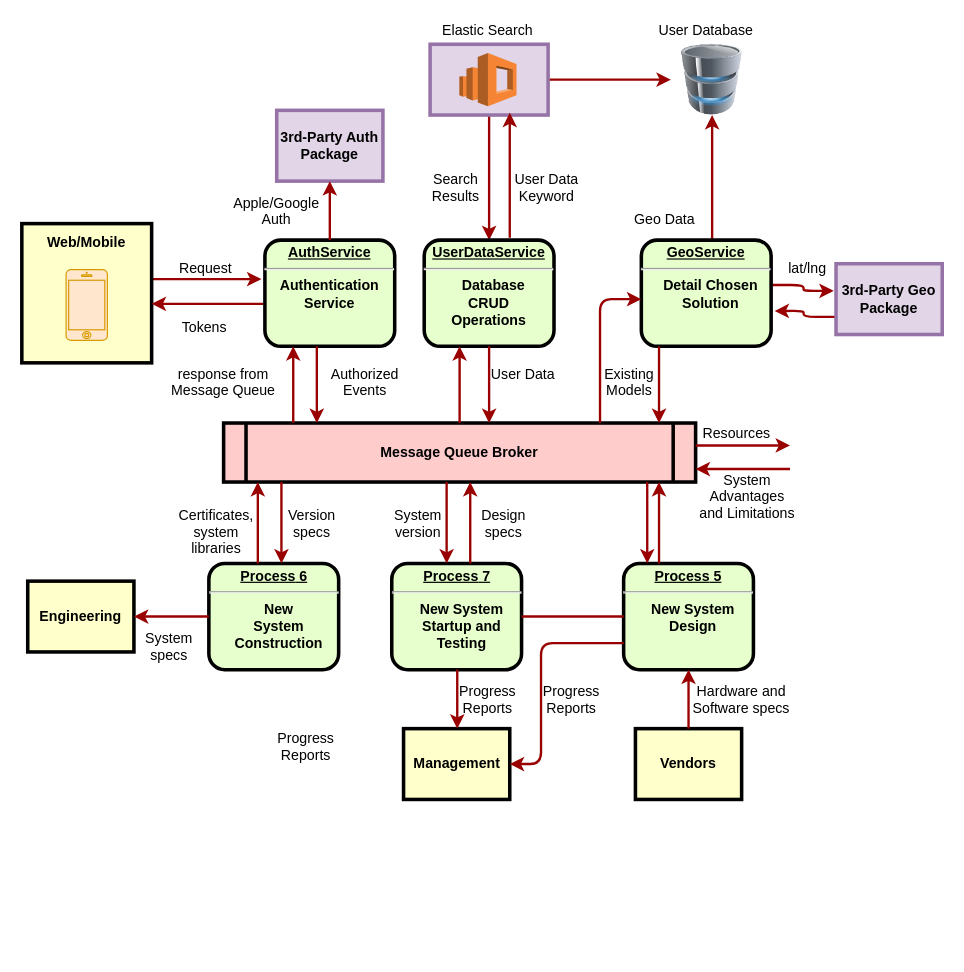
The draw.io diagram forumsCalvin/Untitled Diagram.drawio in ChihHaoChen/diagrams, before the edit. Source tidied: cells renumbered, new cells numbered last; positions are measured from the earlier drawing's top-left corner, leaving out a move shared by most shapes. Both pictures are drawn from the tidied source at 118%, with x=0, y=0 at pixel (21, 20).
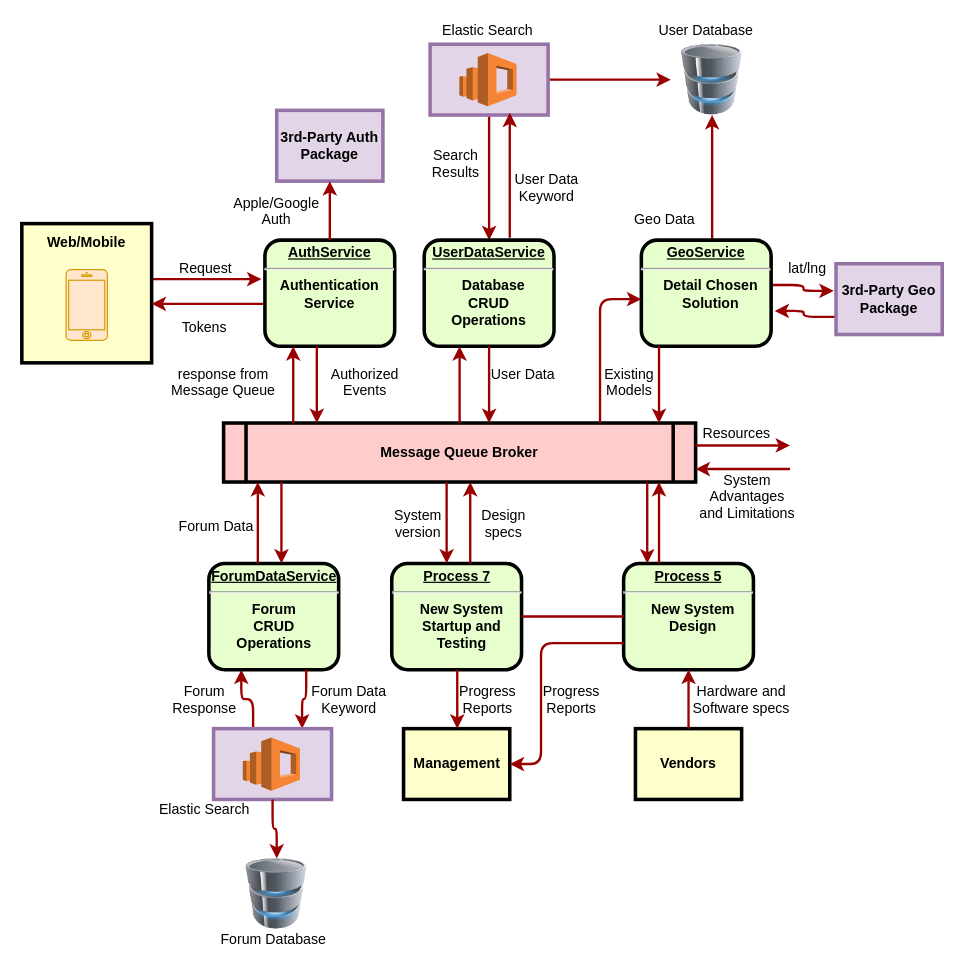
The same page after the edit.

What changed in the source:
```diff
@@
+    <mxCell id="71" style="edgeStyle=orthogonalEdgeStyle;rounded=1;jettySize=auto;html=1;exitX=0.335;exitY=0.017;exitDx=0;exitDy=0;entryX=0.25;entryY=1;entryDx=0;entryDy=0;strokeColor=#990000;strokeWidth=2;exitPerimeter=0;" parent="1" edge="1" source="73" target="16">
+      <mxGeometry relative="1" as="geometry" />
+    </mxCell>
-    <mxCell id="16" value="&lt;p style=&quot;margin: 0px; margin-top: 4px; text-align: center; text-decoration: underline;&quot;&gt;&lt;strong&gt;&lt;strong&gt;Process&lt;/strong&gt; 6&lt;br /&gt;&lt;/strong&gt;&lt;/p&gt;&lt;hr /&gt;&lt;p style=&quot;margin: 0px; margin-left: 8px;&quot;&gt;New&lt;/p&gt;&lt;p style=&quot;margin: 0px; margin-left: 8px;&quot;&gt;System&lt;/p&gt;&lt;p style=&quot;margin: 0px; margin-left: 8px;&quot;&gt;Construction&lt;/p&gt;" style="verticalAlign=middle;align=center;overflow=fill;fontSize=12;fontFamily=Helvetica;html=1;rounded=1;fontStyle=1;strokeWidth=3;fillColor=#E6FFCC;" parent="1" vertex="1">
+    <mxCell id="16" value="&lt;p style=&quot;margin: 0px ; margin-top: 4px ; text-align: center ; text-decoration: underline&quot;&gt;&lt;strong&gt;ForumDataService&lt;br&gt;&lt;/strong&gt;&lt;/p&gt;&lt;hr&gt;&lt;div&gt;Forum&lt;/div&gt;&lt;div&gt;CRUD&lt;/div&gt;&lt;div&gt;Operations&lt;br&gt;&lt;/div&gt;" style="verticalAlign=middle;align=center;overflow=fill;fontSize=12;fontFamily=Helvetica;html=1;rounded=1;fontStyle=1;strokeWidth=3;fillColor=#E6FFCC;" parent="1" vertex="1">
       <mxGeometry x="158.5" y="460" width="110" height="90" as="geometry" />
     </mxCell>
@@
-    <mxCell id="18" value="Engineering" style="whiteSpace=wrap;align=center;verticalAlign=middle;fontStyle=1;strokeWidth=3;fillColor=#FFFFCC;" parent="1" vertex="1">
-      <mxGeometry x="5" y="475" width="90" height="60" as="geometry" />
-    </mxCell>
@@
-    <mxCell id="47" value="Progress&#10;Reports" style="text;spacingTop=-5;align=center;" parent="1" vertex="1">
-      <mxGeometry x="226" y="600" width="30" height="20" as="geometry" />
-    </mxCell>
-    <mxCell id="48" style="edgeStyle=elbowEdgeStyle;elbow=vertical;strokeColor=#990000;strokeWidth=2;" parent="1" edge="1" source="16" target="18">
-      <mxGeometry relative="1" as="geometry" />
-    </mxCell>
@@
-    <mxCell id="51" value="Version&#10;specs" style="text;spacingTop=-5;align=center;" parent="1" vertex="1">
-      <mxGeometry x="231" y="411" width="30" height="20" as="geometry" />
+    <mxCell id="51" value="Forum Data" style="text;spacingTop=-5;align=center;" parent="1" vertex="1">
+      <mxGeometry x="150" y="420" width="30" height="20" as="geometry" />
     </mxCell>
-    <mxCell id="52" value="Certificates,&#10;system&#10;libraries" style="text;spacingTop=-5;align=center;" parent="1" vertex="1">
-      <mxGeometry x="150" y="411" width="30" height="20" as="geometry" />
+    <mxCell id="52" value="Forum &#10;Response" style="text;spacingTop=-5;align=center;" parent="1" vertex="1">
+      <mxGeometry x="140" y="560" width="30" height="20" as="geometry" />
     </mxCell>
@@
-    <mxCell id="55" value="System&#10;specs" style="text;spacingTop=-5;align=center;" parent="1" vertex="1">
-      <mxGeometry x="110" y="515" width="30" height="20" as="geometry" />
-    </mxCell>
@@
     <mxCell id="67" value="Search &#10;Results" style="text;spacingTop=-5;align=center;" parent="1" vertex="1">
-      <mxGeometry x="353" y="126" width="30" height="20" as="geometry" />
+      <mxGeometry x="353" y="106" width="30" height="20" as="geometry" />
     </mxCell>
@@
+    <mxCell id="72" style="edgeStyle=orthogonalEdgeStyle;rounded=1;jettySize=auto;html=1;exitX=0.75;exitY=1;exitDx=0;exitDy=0;entryX=0.75;entryY=0;entryDx=0;entryDy=0;strokeColor=#990000;strokeWidth=2;" parent="1" edge="1" source="16" target="73">
+      <mxGeometry relative="1" as="geometry" />
+    </mxCell>
+    <mxCell id="73" style="whiteSpace=wrap;align=center;verticalAlign=middle;fontStyle=1;strokeWidth=3;fillColor=#e1d5e7;strokeColor=#9673a6;" parent="1" vertex="1">
+      <mxGeometry x="162.5" y="600" width="100" height="60" as="geometry" />
+    </mxCell>
+    <mxCell id="74" style="edgeStyle=orthogonalEdgeStyle;rounded=1;jettySize=auto;html=1;strokeColor=#990000;strokeWidth=2;exitX=0.5;exitY=1;exitDx=0;exitDy=0;" parent="1" edge="1" source="73" target="78">
+      <mxGeometry relative="1" as="geometry" />
+    </mxCell>
+    <mxCell id="75" style="dashed=0;verticalLabelPosition=bottom;verticalAlign=top;align=center;html=1;shape=mxgraph.aws3.elasticsearch_service;fillColor=#F58534;gradientColor=none;" parent="1" vertex="1">
+      <mxGeometry x="187.3" y="607.4" width="48.4" height="45.2" as="geometry" />
+    </mxCell>
+    <mxCell id="76" value="Elastic Search" style="text;spacingTop=-5;align=center;" parent="1" vertex="1">
+      <mxGeometry x="140" y="660" width="30" height="20" as="geometry" />
+    </mxCell>
+    <mxCell id="77" value="Forum Data&#10;Keyword" style="text;spacingTop=-5;align=center;" parent="1" vertex="1">
+      <mxGeometry x="262.5" y="560" width="30" height="20" as="geometry" />
+    </mxCell>
+    <mxCell id="78" style="image;html=1;image=img/lib/clip_art/computers/Database_128x128.png;" parent="1" vertex="1">
+      <mxGeometry x="181" y="710" width="70" height="60" as="geometry" />
+    </mxCell>
+    <mxCell id="79" value="Forum Database" style="text;spacingTop=-5;align=center;" parent="1" vertex="1">
+      <mxGeometry x="198.5" y="770" width="30" height="20" as="geometry" />
+    </mxCell>
```
